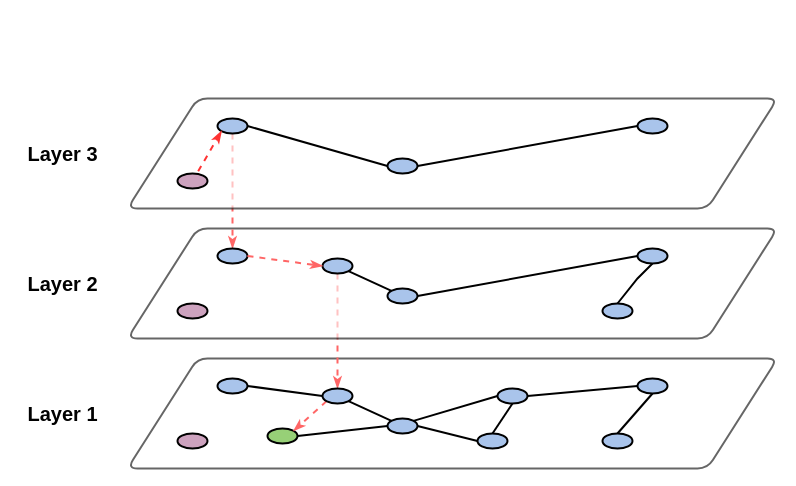
hclimente/hclimente.github.io keeps this draw.io diagram as assets/img/posts/2025-08-16-rags/hnsw.drawio. Above is the earlier version. Source tidied: cells renumbered, new cells numbered last; positions are measured from the earlier drawing's top-left corner, leaving out a move shared by most shapes. Both pictures are drawn from the tidied source at 100%, with x=0, y=0 at pixel (17, 98).
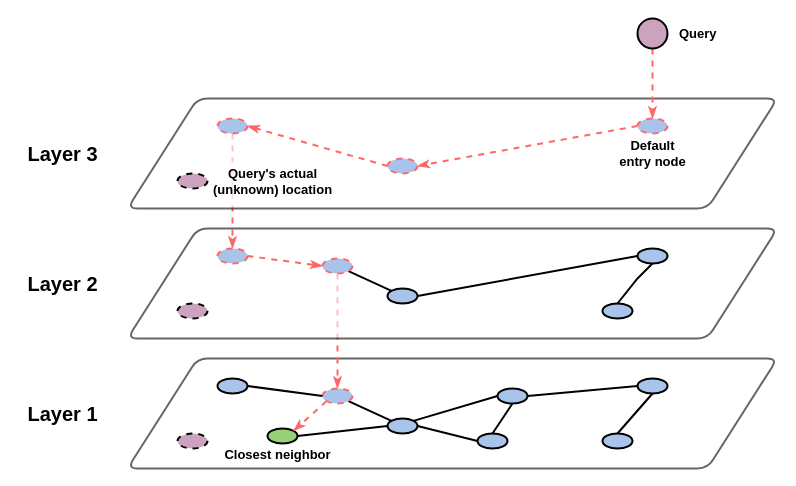
The same diagram, later.

The edit, as a diff of the source:
```diff
@@
-    <mxCell id="7" style="edgeStyle=none;shape=connector;rounded=0;jettySize=auto;html=1;exitX=1;exitY=0.5;exitDx=0;exitDy=0;entryX=0;entryY=0.5;entryDx=0;entryDy=0;strokeColor=default;strokeWidth=2;align=center;verticalAlign=middle;fontFamily=Helvetica;fontSize=11;fontColor=default;labelBackgroundColor=default;endArrow=none;endFill=0;" parent="1" edge="1" source="8" target="9">
-      <mxGeometry relative="1" as="geometry" />
-    </mxCell>
+    <mxCell id="45" style="edgeStyle=none;shape=connector;rounded=0;jettySize=auto;html=1;exitX=0;exitY=0.5;exitDx=0;exitDy=0;entryX=1;entryY=0.5;entryDx=0;entryDy=0;dashed=1;strokeColor=#FF6666;strokeWidth=2;align=center;verticalAlign=middle;fontFamily=Helvetica;fontSize=11;fontColor=default;labelBackgroundColor=default;endArrow=classicThin;endFill=1;" parent="1" edge="1" source="8" target="11">
+      <mxGeometry relative="1" as="geometry" />
+    </mxCell>
-    <mxCell id="8" style="ellipse;whiteSpace=wrap;html=1;strokeWidth=2;fillColor=#A9C4EB;" parent="1" vertex="1">
+    <mxCell id="8" style="ellipse;whiteSpace=wrap;html=1;strokeWidth=2;fillColor=#A9C4EB;strokeColor=#FF6666;dashed=1;" parent="1" vertex="1">
       <mxGeometry x="370" y="60" width="30" height="15" as="geometry" />
     </mxCell>
+    <mxCell id="46" style="edgeStyle=none;shape=connector;rounded=0;jettySize=auto;html=1;exitX=0;exitY=0.5;exitDx=0;exitDy=0;entryX=1;entryY=0.5;entryDx=0;entryDy=0;dashed=1;strokeColor=#FF6666;strokeWidth=2;align=center;verticalAlign=middle;fontFamily=Helvetica;fontSize=11;fontColor=default;labelBackgroundColor=default;endArrow=classicThin;endFill=1;" parent="1" edge="1" source="9" target="8">
+      <mxGeometry relative="1" as="geometry" />
+    </mxCell>
-    <mxCell id="9" style="ellipse;whiteSpace=wrap;html=1;strokeWidth=2;fillColor=#A9C4EB;" parent="1" vertex="1">
+    <mxCell id="9" style="ellipse;whiteSpace=wrap;html=1;strokeWidth=2;fillColor=#A9C4EB;dashed=1;strokeColor=#FF6666;" parent="1" vertex="1">
       <mxGeometry x="620" y="20" width="30" height="15" as="geometry" />
     </mxCell>
-    <mxCell id="10" style="edgeStyle=none;shape=connector;rounded=0;jettySize=auto;html=1;exitX=1;exitY=0.5;exitDx=0;exitDy=0;entryX=0;entryY=0.5;entryDx=0;entryDy=0;strokeColor=default;strokeWidth=2;align=center;verticalAlign=middle;fontFamily=Helvetica;fontSize=11;fontColor=default;labelBackgroundColor=default;endArrow=none;endFill=0;" parent="1" edge="1" source="11" target="8">
-      <mxGeometry relative="1" as="geometry" />
-    </mxCell>
-    <mxCell id="11" style="ellipse;whiteSpace=wrap;html=1;strokeWidth=2;fillColor=#A9C4EB;" parent="1" vertex="1">
+    <mxCell id="11" style="ellipse;whiteSpace=wrap;html=1;strokeWidth=2;fillColor=#A9C4EB;dashed=1;strokeColor=#FF6666;" parent="1" vertex="1">
       <mxGeometry x="200" y="20" width="30" height="15" as="geometry" />
     </mxCell>
@@
-    <mxCell id="13" style="ellipse;whiteSpace=wrap;html=1;strokeWidth=2;fillColor=#A9C4EB;" parent="1" vertex="1">
+    <mxCell id="13" style="ellipse;whiteSpace=wrap;html=1;strokeWidth=2;fillColor=#A9C4EB;strokeColor=#FF6666;dashed=1;" parent="1" vertex="1">
       <mxGeometry x="305" y="160" width="30" height="15" as="geometry" />
     </mxCell>
@@
-    <mxCell id="19" style="ellipse;whiteSpace=wrap;html=1;strokeWidth=2;fillColor=#A9C4EB;" parent="1" vertex="1">
+    <mxCell id="19" style="ellipse;whiteSpace=wrap;html=1;strokeWidth=2;fillColor=#A9C4EB;dashed=1;strokeColor=#FF6666;" parent="1" vertex="1">
       <mxGeometry x="200" y="150" width="30" height="15" as="geometry" />
     </mxCell>
@@
-    <mxCell id="24" style="ellipse;whiteSpace=wrap;html=1;strokeWidth=2;fillColor=#A9C4EB;" parent="1" vertex="1">
+    <mxCell id="24" style="ellipse;whiteSpace=wrap;html=1;strokeWidth=2;fillColor=#A9C4EB;dashed=1;strokeColor=#FF6666;" parent="1" vertex="1">
       <mxGeometry x="305" y="290" width="30" height="15" as="geometry" />
     </mxCell>
@@
-    <mxCell id="37" style="edgeStyle=none;shape=connector;rounded=0;jettySize=auto;html=1;exitX=0.689;exitY=-0.148;exitDx=0;exitDy=0;entryX=0;entryY=1;entryDx=0;entryDy=0;strokeColor=#FF3333;strokeWidth=2;align=center;verticalAlign=middle;fontFamily=Helvetica;fontSize=11;fontColor=default;labelBackgroundColor=default;endArrow=classicThin;endFill=1;dashed=1;startSize=6;exitPerimeter=0;" parent="1" edge="1" source="38" target="11">
-      <mxGeometry relative="1" as="geometry" />
-    </mxCell>
-    <mxCell id="38" style="ellipse;whiteSpace=wrap;html=1;strokeWidth=2;fillColor=#CDA2BE;" parent="1" vertex="1">
-      <mxGeometry x="160" y="75" width="30" height="15" as="geometry" />
-    </mxCell>
-    <mxCell id="39" style="ellipse;whiteSpace=wrap;html=1;strokeWidth=2;fillColor=#CDA2BE;" parent="1" vertex="1">
+    <mxCell id="39" style="ellipse;whiteSpace=wrap;html=1;strokeWidth=2;fillColor=#CDA2BE;dashed=1;" parent="1" vertex="1">
       <mxGeometry x="160" y="335" width="30" height="15" as="geometry" />
     </mxCell>
-    <mxCell id="40" style="ellipse;whiteSpace=wrap;html=1;strokeWidth=2;fillColor=#CDA2BE;" parent="1" vertex="1">
+    <mxCell id="40" style="ellipse;whiteSpace=wrap;html=1;strokeWidth=2;fillColor=#CDA2BE;dashed=1;" parent="1" vertex="1">
       <mxGeometry x="160" y="205" width="30" height="15" as="geometry" />
     </mxCell>
@@
-    <mxCell id="42" value="&lt;font style=&quot;font-size: 20px;&quot;&gt;&lt;b&gt;Layer 3&lt;/b&gt;&lt;/font&gt;" style="text;html=1;align=center;verticalAlign=middle;strokeColor=none;fillColor=none;fontFamily=Helvetica;fontSize=11;fontColor=default;labelBackgroundColor=default;" parent="1" vertex="1">
+    <mxCell id="42" value="&lt;font style=&quot;font-size: 20px;&quot;&gt;&lt;b&gt;Layer 3&lt;/b&gt;&lt;/font&gt;" style="text;html=1;align=center;verticalAlign=middle;strokeColor=none;fillColor=light-dark(#fff2cc, transparent);fontFamily=Helvetica;fontSize=11;fontColor=default;labelBackgroundColor=default;opacity=0;" parent="1" vertex="1">
       <mxGeometry y="35" width="90" height="40" as="geometry" />
     </mxCell>
-    <mxCell id="43" value="&lt;font style=&quot;font-size: 20px;&quot;&gt;&lt;b&gt;Layer 2&lt;/b&gt;&lt;/font&gt;" style="text;html=1;align=center;verticalAlign=middle;strokeColor=none;fillColor=none;fontFamily=Helvetica;fontSize=11;fontColor=default;labelBackgroundColor=default;" parent="1" vertex="1">
+    <mxCell id="43" value="&lt;font style=&quot;font-size: 20px;&quot;&gt;&lt;b&gt;Layer 2&lt;/b&gt;&lt;/font&gt;" style="text;html=1;align=center;verticalAlign=middle;strokeColor=none;fillColor=none;fontFamily=Helvetica;fontSize=11;fontColor=default;labelBackgroundColor=default;opacity=0;" parent="1" vertex="1">
       <mxGeometry y="165" width="90" height="40" as="geometry" />
     </mxCell>
-    <mxCell id="44" value="&lt;font style=&quot;font-size: 20px;&quot;&gt;&lt;b&gt;Layer 1&lt;/b&gt;&lt;/font&gt;" style="text;html=1;align=center;verticalAlign=middle;strokeColor=none;fillColor=none;fontFamily=Helvetica;fontSize=11;fontColor=default;labelBackgroundColor=default;" parent="1" vertex="1">
+    <mxCell id="44" value="&lt;font style=&quot;font-size: 20px;&quot;&gt;&lt;b&gt;Layer 1&lt;/b&gt;&lt;/font&gt;" style="text;html=1;align=center;verticalAlign=middle;strokeColor=#d6b656;fillColor=light-dark(#fff2cc, transparent);fontFamily=Helvetica;fontSize=11;labelBackgroundColor=default;opacity=0;" parent="1" vertex="1">
       <mxGeometry y="295" width="90" height="40" as="geometry" />
     </mxCell>
+    <mxCell id="47" value="&lt;div&gt;&lt;b&gt;&lt;font style=&quot;font-size: 13px;&quot;&gt;Default&lt;/font&gt;&lt;/b&gt;&lt;/div&gt;&lt;div&gt;&lt;b&gt;&lt;font style=&quot;font-size: 13px;&quot;&gt;e&lt;/font&gt;&lt;/b&gt;&lt;font style=&quot;font-size: 13px;&quot;&gt;&lt;b&gt;&lt;font&gt;ntry node&lt;/font&gt;&lt;/b&gt;&lt;/font&gt;&lt;/div&gt;" style="text;html=1;align=center;verticalAlign=middle;strokeColor=none;fillColor=none;" parent="1" vertex="1">
+      <mxGeometry x="590" y="35" width="90" height="40" as="geometry" />
+    </mxCell>
+    <mxCell id="48" value="&lt;div&gt;&lt;font style=&quot;font-size: 13px;&quot;&gt;&lt;b&gt;Query's actual&lt;/b&gt;&lt;/font&gt;&lt;/div&gt;&lt;div&gt;&lt;font style=&quot;font-size: 13px;&quot;&gt;&lt;b&gt;(unknown) location&lt;/b&gt;&lt;/font&gt;&lt;/div&gt;" style="text;html=1;align=center;verticalAlign=middle;strokeColor=none;fillColor=default;opacity=60;" parent="1" vertex="1">
+      <mxGeometry x="185" y="62.5" width="140" height="40" as="geometry" />
+    </mxCell>
+    <mxCell id="49" style="edgeStyle=none;shape=connector;rounded=0;jettySize=auto;html=1;exitX=0.5;exitY=1;exitDx=0;exitDy=0;entryX=0.5;entryY=0;entryDx=0;entryDy=0;dashed=1;strokeColor=#FF6666;strokeWidth=2;align=center;verticalAlign=middle;fontFamily=Helvetica;fontSize=11;fontColor=default;labelBackgroundColor=default;endArrow=classicThin;endFill=1;" parent="1" edge="1" source="50" target="9">
+      <mxGeometry relative="1" as="geometry" />
+    </mxCell>
+    <mxCell id="50" style="ellipse;whiteSpace=wrap;html=1;strokeWidth=2;fillColor=#CDA2BE;" parent="1" vertex="1">
+      <mxGeometry x="620" y="-80" width="30" height="30" as="geometry" />
+    </mxCell>
+    <mxCell id="51" value="&lt;div align=&quot;left&quot;&gt;&lt;font style=&quot;font-size: 13px;&quot;&gt;&lt;b&gt;Query&lt;/b&gt;&lt;/font&gt;&lt;/div&gt;" style="text;html=1;align=left;verticalAlign=middle;strokeColor=none;fillColor=none;" parent="1" vertex="1">
+      <mxGeometry x="660" y="-80" width="60" height="30" as="geometry" />
+    </mxCell>
+    <mxCell id="52" value="&lt;div&gt;&lt;font style=&quot;font-size: 13px;&quot;&gt;&lt;b&gt;Closest neighbor&lt;/b&gt;&lt;/font&gt;&lt;/div&gt;" style="text;html=1;align=center;verticalAlign=middle;strokeColor=none;fillColor=none;" parent="1" vertex="1">
+      <mxGeometry x="195" y="341" width="130" height="30" as="geometry" />
+    </mxCell>
+    <mxCell id="38" style="ellipse;whiteSpace=wrap;html=1;strokeWidth=2;fillColor=#CDA2BE;dashed=1;" parent="1" vertex="1">
+      <mxGeometry x="160" y="75" width="30" height="15" as="geometry" />
+    </mxCell>
```
